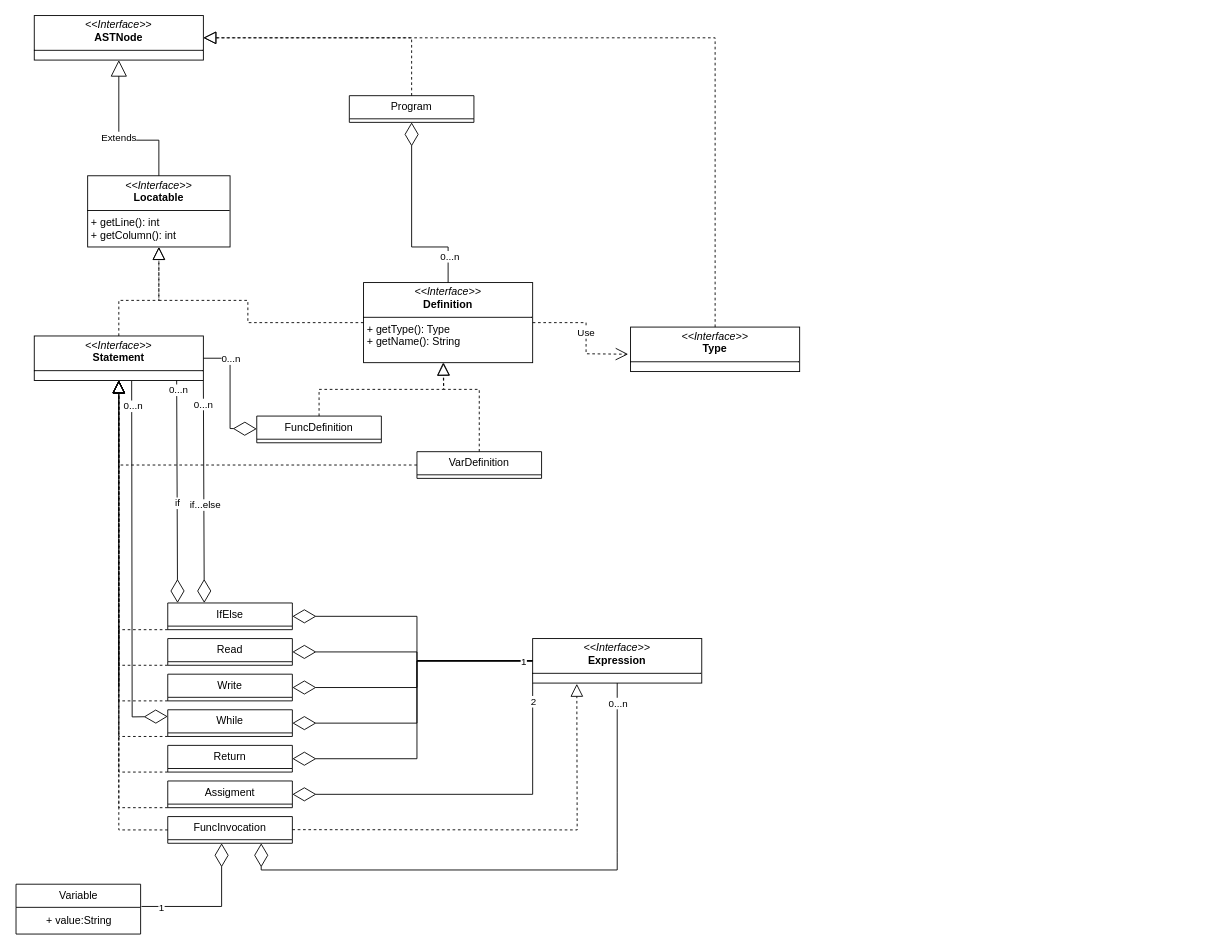
Earlier version of the draw.io diagram uml/Statements.drawio (MGP-71/DLP_UO277574_2024-25). Source tidied: cells renumbered, new cells numbered last; positions are measured from the earlier drawing's top-left corner, leaving out a move shared by most shapes. Both pictures are drawn from the tidied source at 89%, with x=0, y=0 at pixel (16, 15).
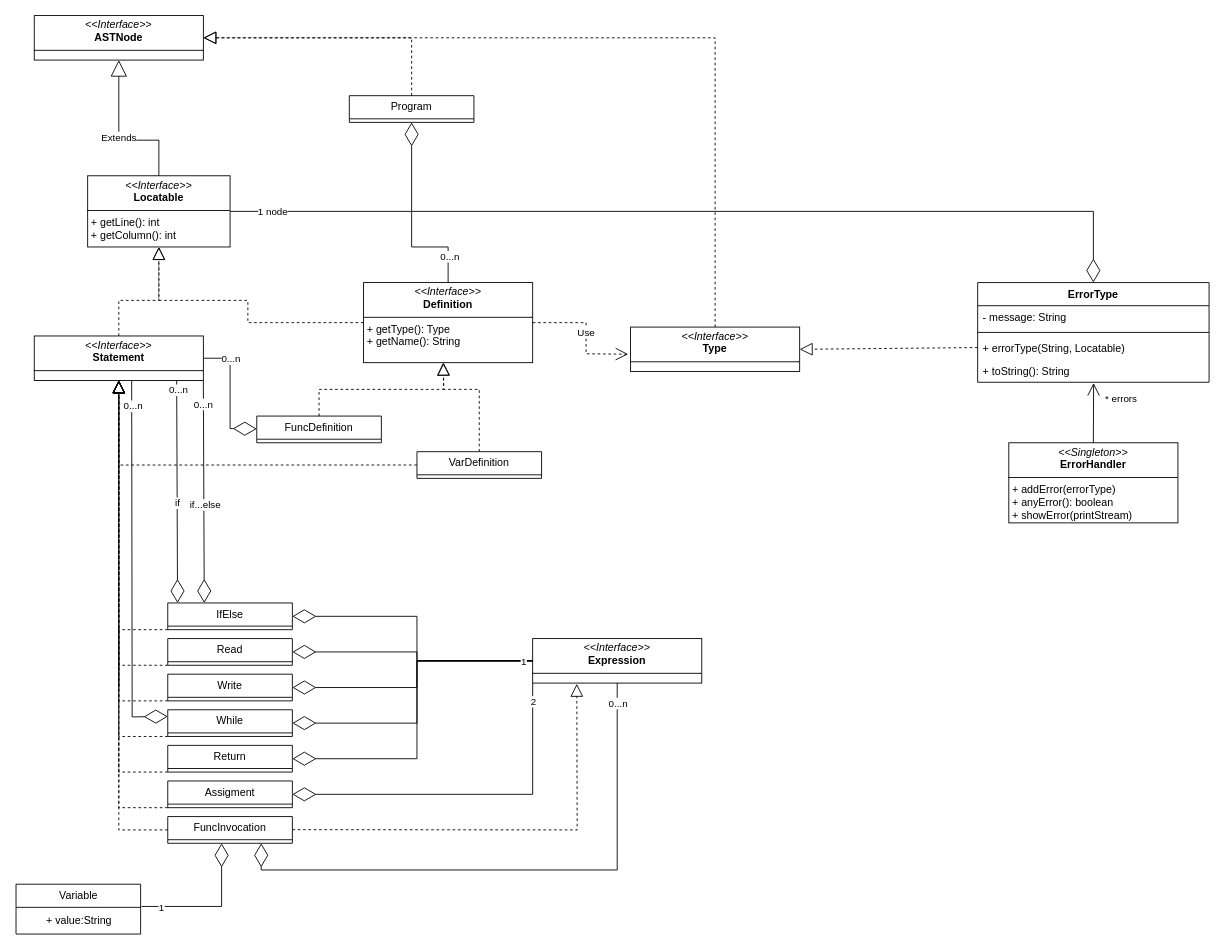
After the change.

Unchanged cells that the change refers to:
```xml
<mxCell id="3" value="&lt;p style=&quot;margin:0px;margin-top:4px;text-align:center;&quot;&gt;&lt;i&gt;&amp;lt;&amp;lt;Interface&amp;gt;&amp;gt;&lt;/i&gt;&lt;br&gt;&lt;b&gt;Locatable&lt;/b&gt;&lt;/p&gt;&lt;hr size=&quot;1&quot; style=&quot;border-style:solid;&quot;&gt;&lt;p style=&quot;margin:0px;margin-left:4px;&quot;&gt;+ getLine(): int&lt;/p&gt;&lt;p style=&quot;margin:0px;margin-left:4px;&quot;&gt;+ getColumn(): int&lt;/p&gt;" style="verticalAlign=top;align=left;overflow=fill;html=1;whiteSpace=wrap;" parent="1" vertex="1">
  <mxGeometry x="80" y="180" width="160" height="80" as="geometry" />
</mxCell>
<mxCell id="5" value="&lt;p style=&quot;margin:0px;margin-top:4px;text-align:center;&quot;&gt;&lt;i&gt;&amp;lt;&amp;lt;Interface&amp;gt;&amp;gt;&lt;/i&gt;&lt;br&gt;&lt;b&gt;Type&lt;/b&gt;&lt;/p&gt;&lt;hr size=&quot;1&quot; style=&quot;border-style:solid;&quot;&gt;&lt;p style=&quot;margin:0px;margin-left:4px;&quot;&gt;&lt;br&gt;&lt;/p&gt;" style="verticalAlign=top;align=left;overflow=fill;html=1;whiteSpace=wrap;" parent="1" vertex="1">
  <mxGeometry x="690" y="350" width="190" height="50" as="geometry" />
</mxCell>
```

Change to the diagram source:
```diff
@@
+    <mxCell id="62" value="ErrorType" style="swimlane;fontStyle=1;align=center;verticalAlign=top;horizontal=1;startSize=26;whiteSpace=wrap;html=1;" parent="1" vertex="1">
+      <mxGeometry x="1080" y="300" width="260" height="112" as="geometry" />
+    </mxCell>
+    <mxCell id="63" value="- message: String" style="text;strokeColor=none;fillColor=none;align=left;verticalAlign=top;spacingLeft=4;spacingRight=4;overflow=hidden;whiteSpace=wrap;html=1;" parent="62" vertex="1">
+      <mxGeometry y="26" width="260" height="26" as="geometry" />
+    </mxCell>
+    <mxCell id="64" style="line;strokeWidth=1;fillColor=none;align=left;verticalAlign=middle;spacingTop=-1;spacingLeft=3;spacingRight=3;labelPosition=right;strokeColor=inherit;" parent="62" vertex="1">
+      <mxGeometry y="52" width="260" height="8" as="geometry" />
+    </mxCell>
+    <mxCell id="65" value="+ errorType(String, Locatable)" style="text;strokeColor=none;fillColor=none;align=left;verticalAlign=top;spacingLeft=4;spacingRight=4;overflow=hidden;points=[[0,0.5],[1,0.5]];portConstraint=eastwest;whiteSpace=wrap;html=1;" parent="62" vertex="1">
+      <mxGeometry y="60" width="260" height="26" as="geometry" />
+    </mxCell>
+    <mxCell id="66" value="+ toString(): String" style="text;strokeColor=none;fillColor=none;align=left;verticalAlign=top;spacingLeft=4;spacingRight=4;overflow=hidden;points=[[0,0.5],[1,0.5]];portConstraint=eastwest;whiteSpace=wrap;html=1;" parent="62" vertex="1">
+      <mxGeometry y="86" width="260" height="26" as="geometry" />
+    </mxCell>
+    <mxCell id="67" value="&lt;p style=&quot;margin:0px;margin-top:4px;text-align:center;&quot;&gt;&lt;i&gt;&amp;lt;&amp;lt;Singleton&amp;gt;&amp;gt;&lt;/i&gt;&lt;br&gt;&lt;b&gt;ErrorHandler&lt;/b&gt;&lt;/p&gt;&lt;hr size=&quot;1&quot; style=&quot;border-style:solid;&quot;&gt;&lt;p style=&quot;margin:0px;margin-left:4px;&quot;&gt;+ addError(errorType)&lt;br&gt;+ anyError(): boolean&lt;/p&gt;&lt;p style=&quot;margin:0px;margin-left:4px;&quot;&gt;+ showError(printStream)&lt;/p&gt;&lt;p style=&quot;margin:0px;margin-left:4px;&quot;&gt;&lt;br&gt;&lt;/p&gt;" style="verticalAlign=top;align=left;overflow=fill;html=1;whiteSpace=wrap;" parent="1" vertex="1">
+      <mxGeometry x="1115" y="480" width="190" height="90" as="geometry" />
+    </mxCell>
+    <mxCell id="68" style="endArrow=block;dashed=1;endFill=0;endSize=12;html=1;rounded=0;entryX=1;entryY=0.5;entryDx=0;entryDy=0;exitX=0;exitY=0.5;exitDx=0;exitDy=0;" parent="1" edge="1" source="65" target="5">
+      <mxGeometry relative="1" as="geometry" />
+    </mxCell>
+    <mxCell id="69" style="endArrow=diamondThin;endFill=0;endSize=24;html=1;rounded=0;entryX=0.5;entryY=0;entryDx=0;entryDy=0;exitX=1;exitY=0.5;exitDx=0;exitDy=0;" parent="1" edge="1" source="3" target="62">
+      <mxGeometry relative="1" as="geometry">
+        <Array as="points">
+          <mxPoint x="1210" y="220" />
+        </Array>
+      </mxGeometry>
+    </mxCell>
+    <mxCell id="70" value="1 node" style="edgeLabel;html=1;align=center;verticalAlign=middle;" parent="69" vertex="1">
+      <mxGeometry x="-0.91" relative="1" as="geometry" />
+    </mxCell>
+    <mxCell id="71" style="endArrow=open;endFill=1;endSize=12;html=1;rounded=0;exitX=0.5;exitY=0;exitDx=0;exitDy=0;entryX=0.501;entryY=1.033;entryDx=0;entryDy=0;entryPerimeter=0;" parent="1" edge="1" source="67" target="66">
+      <mxGeometry relative="1" as="geometry" />
+    </mxCell>
+    <mxCell id="72" value="*&amp;nbsp;&lt;span style=&quot;background-color: light-dark(#ffffff, var(--ge-dark-color, #121212)); color: light-dark(rgb(0, 0, 0), rgb(255, 255, 255));&quot;&gt;errors&lt;/span&gt;" style="edgeLabel;html=1;align=center;verticalAlign=middle;" parent="71" vertex="1">
+      <mxGeometry x="0.6" y="-2" relative="1" as="geometry">
+        <mxPoint x="28" y="4" as="offset" />
+      </mxGeometry>
+    </mxCell>
```
